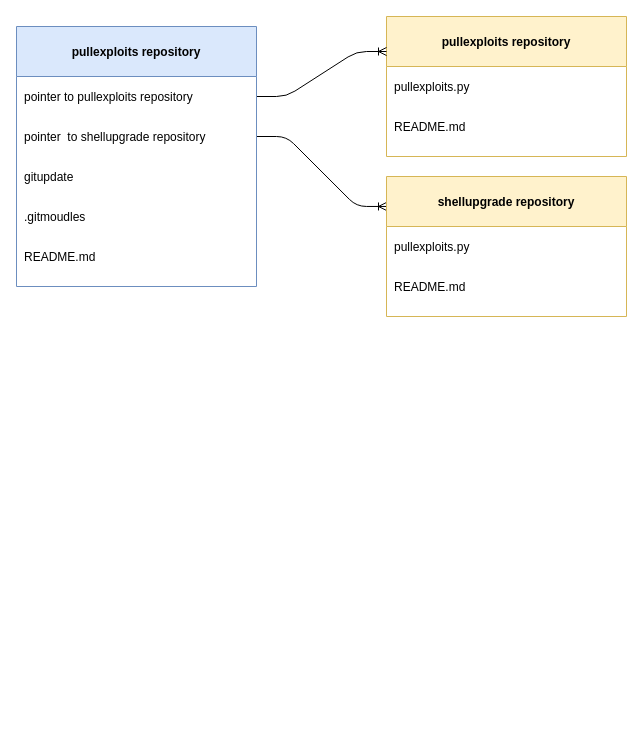
Before: Documentation/Project-entity-relationship.drawio in bensmithyx/toolkit, a draw.io diagram. Source tidied: cells renumbered, new cells numbered last; positions are measured from the earlier drawing's top-left corner, leaving out a move shared by most shapes. Both pictures are drawn from the tidied source at 100%, with x=0, y=0 at pixel (16, 16).
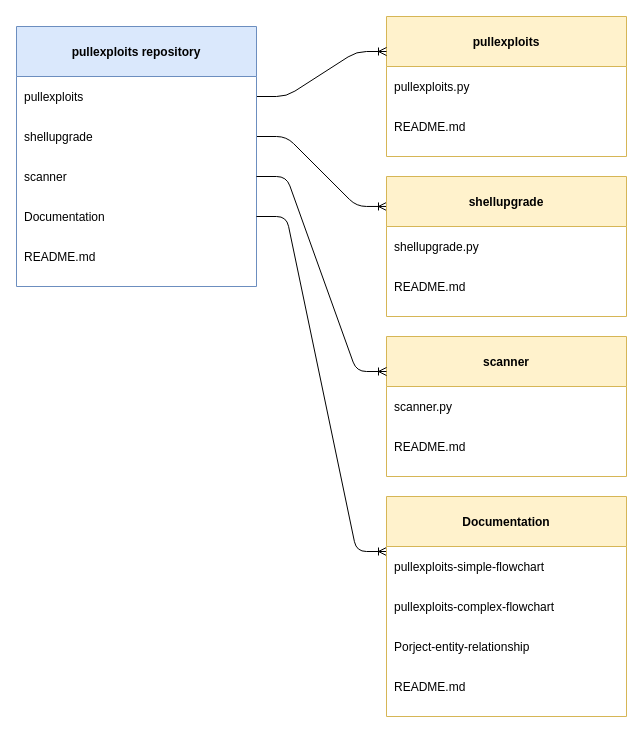
The same diagram, later.

The change refers to these unchanged cells:
```xml
<mxCell id="10" style="shape=partialRectangle;fillColor=none;top=0;left=0;right=0;bottom=0;" parent="9" vertex="1">
  <mxGeometry y="50" width="240" height="40" as="geometry" />
</mxCell>
<mxCell id="15" style="shape=partialRectangle;fillColor=none;points=[[0,0.5],[1,0.5]];portConstraint=eastwest;top=0;left=0;right=0;bottom=0;" parent="14" vertex="1">
  <mxGeometry y="50" width="240" height="40" as="geometry" />
</mxCell>
<mxCell id="17" style="shape=partialRectangle;fillColor=none;points=[[0,0.5],[1,0.5]];portConstraint=eastwest;top=0;left=0;right=0;bottom=0;" parent="14" vertex="1">
  <mxGeometry y="90" width="240" height="40" as="geometry" />
</mxCell>
<mxCell id="19" style="shape=partialRectangle;fillColor=none;points=[[0,0.5],[1,0.5]];portConstraint=eastwest;top=0;left=0;right=0;bottom=0;" parent="14" vertex="1">
  <mxGeometry y="130" width="240" height="40" as="geometry" />
</mxCell>
<mxCell id="21" style="shape=partialRectangle;fillColor=none;points=[[0,0.5],[1,0.5]];portConstraint=eastwest;top=0;left=0;right=0;bottom=0;" parent="14" vertex="1">
  <mxGeometry y="170" width="240" height="40" as="geometry" />
</mxCell>
```

The edit, as a diff of the source:
```diff
@@
-    <mxCell id="2" value="pullexploits repository" style="shape=table;startSize=50;childLayout=tableLayout;rowLines=0;fontStyle=1;align=center;fillColor=#fff2cc;strokeColor=#d6b656;" parent="1" vertex="1">
+    <mxCell id="2" value="pullexploits" style="shape=table;startSize=50;childLayout=tableLayout;rowLines=0;fontStyle=1;align=center;fillColor=#fff2cc;strokeColor=#d6b656;" parent="1" vertex="1">
       <mxGeometry x="370" width="240" height="140" as="geometry" />
     </mxCell>
@@
-    <mxCell id="9" value="shellupgrade repository" style="shape=table;startSize=50;childLayout=tableLayout;rowLines=0;fontStyle=1;align=center;fillColor=#fff2cc;strokeColor=#d6b656;" parent="1" vertex="1">
+    <mxCell id="9" value="shellupgrade" style="shape=table;startSize=50;childLayout=tableLayout;rowLines=0;fontStyle=1;align=center;fillColor=#fff2cc;strokeColor=#d6b656;" parent="1" vertex="1">
       <mxGeometry x="370" y="160" width="240" height="140" as="geometry" />
     </mxCell>
@@
-    <mxCell id="11" value="pullexploits.py" style="shape=partialRectangle;overflow=hidden;fillColor=none;top=0;left=0;bottom=0;right=0;align=left;spacingLeft=6;" parent="10" vertex="1">
+    <mxCell id="11" value="shellupgrade.py" style="shape=partialRectangle;overflow=hidden;fillColor=none;top=0;left=0;bottom=0;right=0;align=left;spacingLeft=6;" parent="10" vertex="1">
       <mxGeometry width="240" height="40" as="geometry" />
     </mxCell>
@@
-    <mxCell id="16" value="pointer to pullexploits repository" style="shape=partialRectangle;overflow=hidden;fillColor=none;top=0;left=0;bottom=0;right=0;align=left;spacingLeft=6;" parent="15" vertex="1">
+    <mxCell id="16" value="pullexploits" style="shape=partialRectangle;overflow=hidden;fillColor=none;top=0;left=0;bottom=0;right=0;align=left;spacingLeft=6;" parent="15" vertex="1">
       <mxGeometry width="240" height="40" as="geometry" />
     </mxCell>
@@
-    <mxCell id="18" value="pointer  to shellupgrade repository" style="shape=partialRectangle;overflow=hidden;fillColor=none;top=0;left=0;bottom=0;right=0;align=left;spacingLeft=6;" parent="17" vertex="1">
+    <mxCell id="18" value="shellupgrade" style="shape=partialRectangle;overflow=hidden;fillColor=none;top=0;left=0;bottom=0;right=0;align=left;spacingLeft=6;" parent="17" vertex="1">
       <mxGeometry width="240" height="40" as="geometry" />
     </mxCell>
@@
-    <mxCell id="20" value="gitupdate" style="shape=partialRectangle;overflow=hidden;fillColor=none;top=0;left=0;bottom=0;right=0;align=left;spacingLeft=6;" parent="19" vertex="1">
+    <mxCell id="20" value="scanner" style="shape=partialRectangle;overflow=hidden;fillColor=none;top=0;left=0;bottom=0;right=0;align=left;spacingLeft=6;" parent="19" vertex="1">
       <mxGeometry width="240" height="40" as="geometry" />
     </mxCell>
@@
-    <mxCell id="22" value=".gitmoudles" style="shape=partialRectangle;overflow=hidden;fillColor=none;top=0;left=0;bottom=0;right=0;align=left;spacingLeft=6;" parent="21" vertex="1">
+    <mxCell id="22" value="Documentation" style="shape=partialRectangle;overflow=hidden;fillColor=none;top=0;left=0;bottom=0;right=0;align=left;spacingLeft=6;" parent="21" vertex="1">
       <mxGeometry width="240" height="40" as="geometry" />
     </mxCell>
@@
+    <mxCell id="25" value="scanner" style="shape=table;startSize=50;childLayout=tableLayout;rowLines=0;fontStyle=1;align=center;fillColor=#fff2cc;strokeColor=#d6b656;" parent="1" vertex="1">
+      <mxGeometry x="370" y="320" width="240" height="140" as="geometry" />
+    </mxCell>
+    <mxCell id="26" style="shape=partialRectangle;fillColor=none;top=0;left=0;right=0;bottom=0;" parent="25" vertex="1">
+      <mxGeometry y="50" width="240" height="40" as="geometry" />
+    </mxCell>
+    <mxCell id="27" value="scanner.py" style="shape=partialRectangle;overflow=hidden;fillColor=none;top=0;left=0;bottom=0;right=0;align=left;spacingLeft=6;" parent="26" vertex="1">
+      <mxGeometry width="240" height="40" as="geometry" />
+    </mxCell>
+    <mxCell id="28" style="shape=partialRectangle;fillColor=none;top=0;left=0;right=0;bottom=0;" parent="25" vertex="1">
+      <mxGeometry y="90" width="240" height="40" as="geometry" />
+    </mxCell>
+    <mxCell id="29" value="README.md" style="shape=partialRectangle;overflow=hidden;fillColor=none;top=0;left=0;bottom=0;right=0;align=left;spacingLeft=6;" parent="28" vertex="1">
+      <mxGeometry width="240" height="40" as="geometry" />
+    </mxCell>
+    <mxCell id="30" style="edgeStyle=entityRelationEdgeStyle;fontSize=12;html=1;endArrow=ERoneToMany;entryX=0;entryY=0.25;entryDx=0;entryDy=0;" parent="1" edge="1" source="19" target="25">
+      <mxGeometry relative="1" as="geometry" />
+    </mxCell>
+    <mxCell id="31" style="edgeStyle=entityRelationEdgeStyle;fontSize=12;html=1;endArrow=ERoneToMany;exitX=1;exitY=0.5;exitDx=0;exitDy=0;entryX=0;entryY=0.25;entryDx=0;entryDy=0;" parent="1" edge="1" source="21" target="32">
+      <mxGeometry relative="1" as="geometry" />
+    </mxCell>
+    <mxCell id="32" value="Documentation" style="shape=table;startSize=50;childLayout=tableLayout;rowLines=0;fontStyle=1;align=center;fillColor=#fff2cc;strokeColor=#d6b656;" parent="1" vertex="1">
+      <mxGeometry x="370" y="480" width="240" height="220" as="geometry" />
+    </mxCell>
+    <mxCell id="33" style="shape=partialRectangle;fillColor=none;top=0;left=0;right=0;bottom=0;" parent="32" vertex="1">
+      <mxGeometry y="50" width="240" height="40" as="geometry" />
+    </mxCell>
+    <mxCell id="34" value="pullexploits-simple-flowchart" style="shape=partialRectangle;overflow=hidden;fillColor=none;top=0;left=0;bottom=0;right=0;align=left;spacingLeft=6;" parent="33" vertex="1">
+      <mxGeometry width="240" height="40" as="geometry" />
+    </mxCell>
+    <mxCell id="35" style="shape=partialRectangle;fillColor=none;top=0;left=0;right=0;bottom=0;" parent="32" vertex="1">
+      <mxGeometry y="90" width="240" height="40" as="geometry" />
+    </mxCell>
+    <mxCell id="36" value="pullexploits-complex-flowchart" style="shape=partialRectangle;overflow=hidden;fillColor=none;top=0;left=0;bottom=0;right=0;align=left;spacingLeft=6;" parent="35" vertex="1">
+      <mxGeometry width="240" height="40" as="geometry" />
+    </mxCell>
+    <mxCell id="37" style="shape=partialRectangle;fillColor=none;top=0;left=0;right=0;bottom=0;" parent="32" vertex="1">
+      <mxGeometry y="130" width="240" height="40" as="geometry" />
+    </mxCell>
+    <mxCell id="38" value="Porject-entity-relationship" style="shape=partialRectangle;overflow=hidden;fillColor=none;top=0;left=0;bottom=0;right=0;align=left;spacingLeft=6;" parent="37" vertex="1">
+      <mxGeometry width="240" height="40" as="geometry" />
+    </mxCell>
+    <mxCell id="39" style="shape=partialRectangle;fillColor=none;top=0;left=0;right=0;bottom=0;" parent="32" vertex="1">
+      <mxGeometry y="170" width="240" height="40" as="geometry" />
+    </mxCell>
+    <mxCell id="40" value="README.md" style="shape=partialRectangle;overflow=hidden;fillColor=none;top=0;left=0;bottom=0;right=0;align=left;spacingLeft=6;" parent="39" vertex="1">
+      <mxGeometry width="240" height="40" as="geometry" />
+    </mxCell>
```
